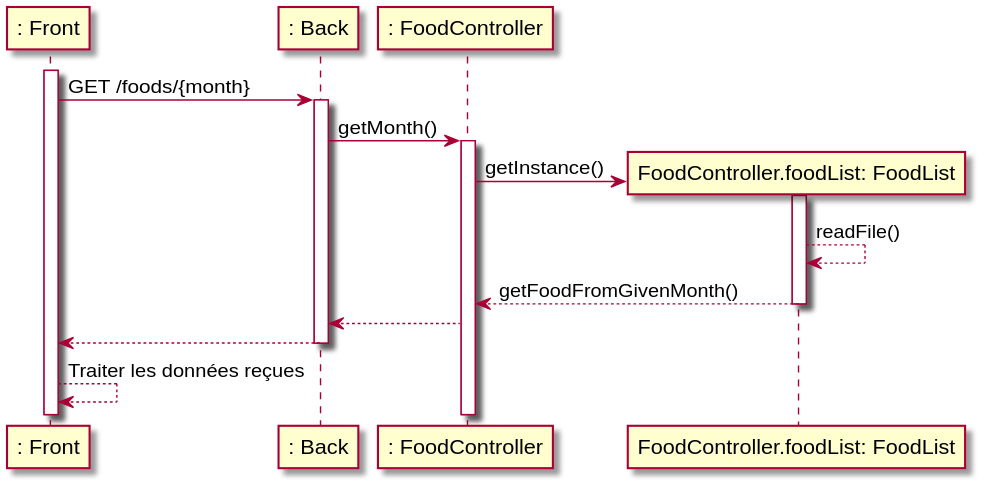
Before: docs/diagram/out/monthFilter.svg, a diagram exported from PlantUML (romainvacheret/wadge-backend). Source of this version:
```plantuml
@startuml monthFilter
participant ": Front" as ft
participant ": Back" as bk
participant ": FoodController" as fc

activate ft
ft -> bk: GET /foods/{month}
activate bk
bk -> fc: getMonth()
activate fc
create "FoodController.foodList: FoodList" as fd1
fc -> fd1: getInstance()
activate fd1
fd1 --> fd1: readFile()
fd1 --> fc: getFoodFromGivenMonth()
deactivate fd1
fc --> bk
bk --> ft
deactivate bk
ft <-- ft: Traiter les données reçues

@enduml
```
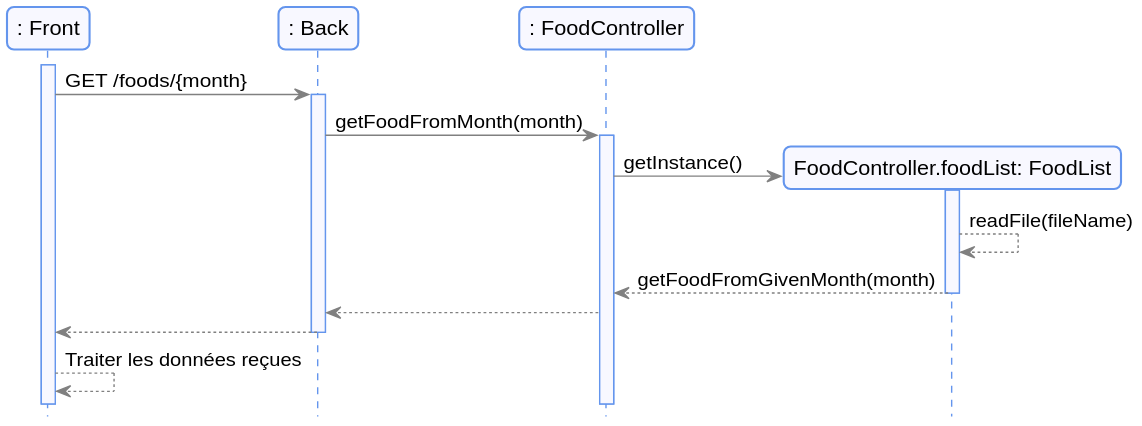
Above is the later version.

The edit, as a diff of the source:
```diff
@@ -1,22 +1,24 @@
 @startuml monthFilter
-participant ": Front" as ft
-participant ": Back" as bk
-participant ": FoodController" as fc
+    !include ../style/commons.style
 
-activate ft
-ft -> bk: GET /foods/{month}
-activate bk
-bk -> fc: getMonth()
-activate fc
-create "FoodController.foodList: FoodList" as fd1
-fc -> fd1: getInstance()
-activate fd1
-fd1 --> fd1: readFile()
-fd1 --> fc: getFoodFromGivenMonth()
-deactivate fd1
-fc --> bk
-bk --> ft
-deactivate bk
-ft <-- ft: Traiter les données reçues
+    participant ": Front" as ft
+    participant ": Back" as bk
+    participant ": FoodController" as fc
+
+    activate ft
+    ft -> bk: GET /foods/{month}
+    activate bk
+    bk -> fc: getFoodFromMonth(month)
+    activate fc
+    create "FoodController.foodList: FoodList" as fd1
+    fc -> fd1: getInstance()
+    activate fd1
+    fd1 --> fd1: readFile(fileName)
+    fd1 --> fc: getFoodFromGivenMonth(month)
+    deactivate fd1
+    fc --> bk
+    bk --> ft
+    deactivate bk
+    ft <-- ft: Traiter les données reçues
 
 @enduml
```
